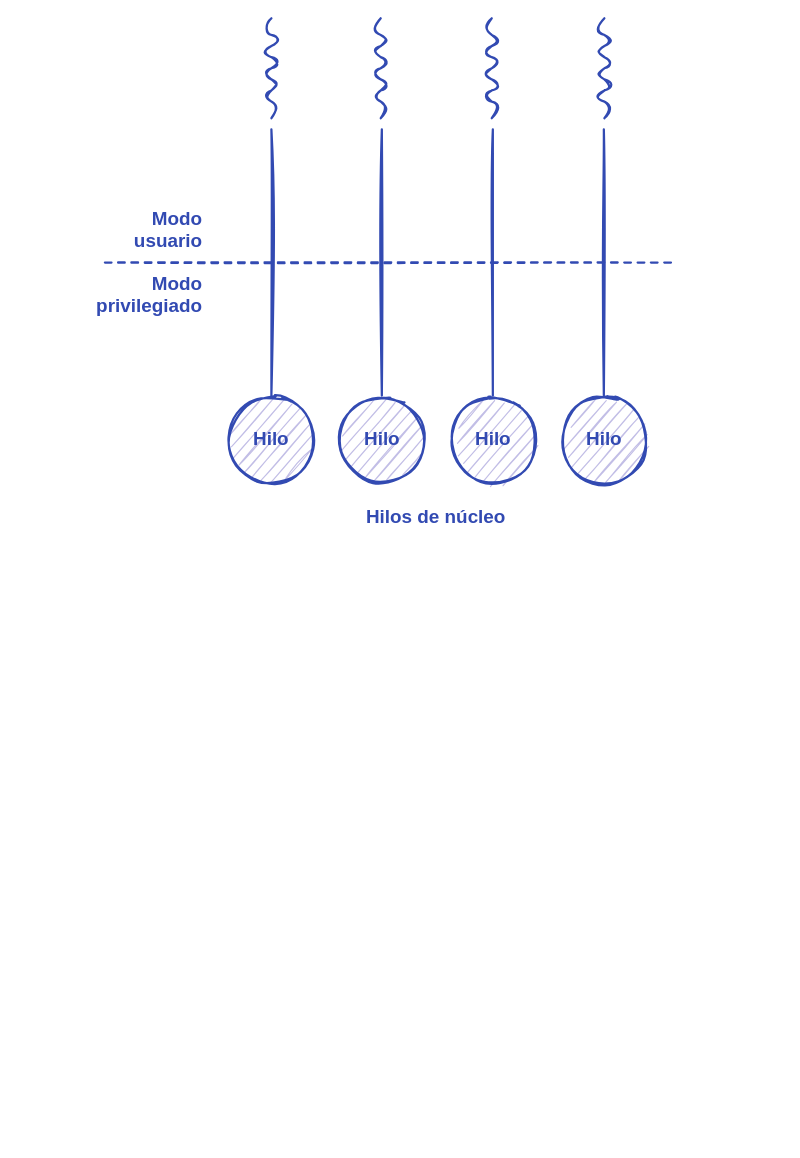
Before: content/media/C12-hilos/modelo_uno_a_uno.drawio in ull-esit-sistemas-operativos/ssoo-apuntes, a draw.io diagram. Source tidied: cells renumbered, new cells numbered last; positions are measured from the earlier drawing's top-left corner, leaving out a move shared by most shapes. Both pictures are drawn from the tidied source at 111%, with x=0, y=0 at pixel (93, 18).
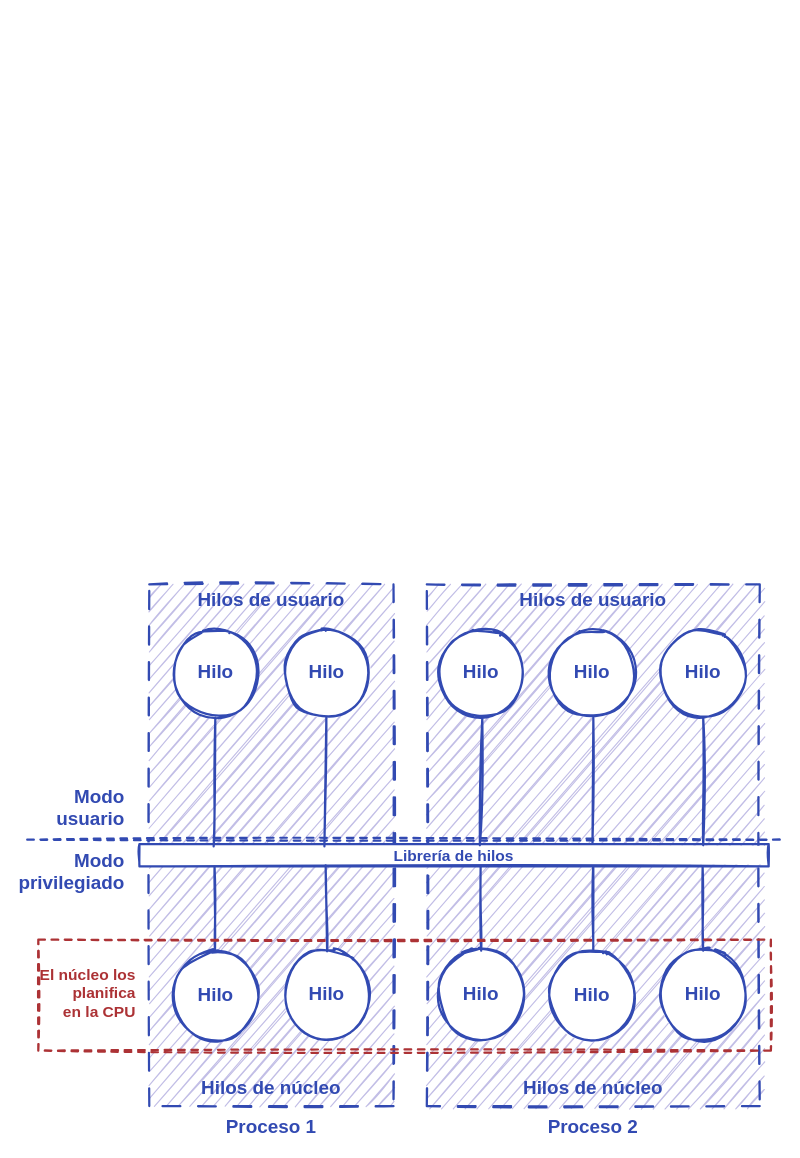
Above is the later version.

The edit, as a diff of the source:
```diff
@@
+    <mxCell id="18" style="rounded=0;shadow=0;sketch=1;strokeWidth=2;fillColor=#c2bee6;fontFamily=Ink Free;fontSize=17;spacing=20;strokeColor=#324ab2;fontColor=#324ab2;fontStyle=1;labelBackgroundColor=none;dashed=1;dashPattern=8 8;spacingBottom=5;" parent="1" vertex="1">
+      <mxGeometry x="50" y="510" width="220" height="470" as="geometry" />
+    </mxCell>
+    <mxCell id="19" style="rounded=0;shadow=0;sketch=1;strokeWidth=2;fillColor=#c2bee6;fontFamily=Ink Free;fontSize=17;spacing=20;strokeColor=#324ab2;fontColor=#324ab2;fontStyle=1;labelBackgroundColor=none;spacingBottom=5;dashed=1;dashPattern=8 8;" parent="1" vertex="1">
+      <mxGeometry x="300" y="510" width="300" height="470" as="geometry" />
+    </mxCell>
+    <mxCell id="20" value="Hilo" style="ellipse;rounded=0;shadow=0;fontFamily=Ink Free;fontSize=17;strokeWidth=2;spacing=20;sketch=1;align=center;strokeColor=#324ab2;fontColor=#324ab2;fillColor=default;fontStyle=1;spacingBottom=5;" parent="1" vertex="1">
+      <mxGeometry x="70" y="840.5" width="80" height="80" as="geometry" />
+    </mxCell>
+    <mxCell id="21" value="Hilo" style="ellipse;rounded=0;shadow=0;fontFamily=Ink Free;fontSize=17;strokeWidth=2;spacing=20;sketch=1;align=center;strokeColor=#324ab2;fontColor=#324ab2;fillColor=default;fontStyle=1;spacingBottom=5;" parent="1" vertex="1">
+      <mxGeometry x="170" y="839.5" width="80" height="80" as="geometry" />
+    </mxCell>
+    <mxCell id="22" value="Hilo" style="ellipse;rounded=0;shadow=0;fontFamily=Ink Free;fontSize=17;strokeWidth=2;spacing=20;sketch=1;align=center;strokeColor=#324ab2;fontColor=#324ab2;fillColor=#FFFFFF;fontStyle=1;spacingBottom=5;fillStyle=auto;" parent="1" vertex="1">
+      <mxGeometry x="409" y="840.5" width="80" height="80" as="geometry" />
+    </mxCell>
     <mxCell id="2" value="Modo&#10;usuario" style="text;strokeColor=none;fillColor=none;align=right;verticalAlign=middle;rounded=0;shadow=0;sketch=1;fontFamily=Ink Free;fontSize=17;fontStyle=1;fontColor=#324ab2;spacingBottom=5;" parent="1" vertex="1">
-      <mxGeometry x="30" y="174" width="70" height="35" as="geometry" />
+      <mxGeometry x="-40" y="695" width="70" height="35" as="geometry" />
     </mxCell>
     <mxCell id="3" value="Modo&#10;privilegiado" style="text;strokeColor=none;fillColor=none;align=right;verticalAlign=middle;rounded=0;shadow=0;sketch=1;fontFamily=Ink Free;fontSize=17;fontStyle=1;fontColor=#324ab2;spacingBottom=5;" parent="1" vertex="1">
-      <mxGeometry y="230" width="100" height="40" as="geometry" />
+      <mxGeometry x="-60" y="750" width="90" height="40" as="geometry" />
     </mxCell>
-    <mxCell id="4" value="Hilo" style="ellipse;rounded=0;shadow=0;fontFamily=Ink Free;fontSize=17;strokeWidth=2;spacing=20;sketch=1;align=center;strokeColor=#324ab2;fontColor=#324ab2;fillColor=#c2bee6;spacingBottom=5;fontStyle=1;" parent="1" vertex="1">
-      <mxGeometry x="220" y="340" width="80" height="80" as="geometry" />
-    </mxCell>
-    <mxCell id="5" style="endArrow=none;strokeWidth=2;rounded=0;shadow=0;fontFamily=Ink Free;fontSize=17;spacing=20;sketch=1;dashed=1;strokeColor=#324ab2;fontColor=#324ab2;spacingBottom=5;fontStyle=1;" parent="1" edge="1">
-      <mxGeometry relative="1" as="geometry">
-        <mxPoint x="10" y="220" as="sourcePoint" />
-        <mxPoint x="520" y="220" as="targetPoint" />
-      </mxGeometry>
-    </mxCell>
-    <mxCell id="6" value="Hilo" style="ellipse;rounded=0;shadow=0;fontFamily=Ink Free;fontSize=17;strokeWidth=2;spacing=20;sketch=1;align=center;strokeColor=#324ab2;fontColor=#324ab2;fillColor=#c2bee6;spacingBottom=5;fontStyle=1;" parent="1" vertex="1">
-      <mxGeometry x="320" y="340" width="80" height="80" as="geometry" />
-    </mxCell>
-    <mxCell id="7" value="Hilo" style="ellipse;rounded=0;shadow=0;fontFamily=Ink Free;fontSize=17;strokeWidth=2;spacing=20;sketch=1;align=center;strokeColor=#324ab2;fontColor=#324ab2;fillColor=#c2bee6;spacingBottom=5;fontStyle=1;" parent="1" vertex="1">
-      <mxGeometry x="120" y="340" width="80" height="80" as="geometry" />
-    </mxCell>
-    <mxCell id="8" value="Hilo" style="ellipse;rounded=0;shadow=0;fontFamily=Ink Free;fontSize=17;strokeWidth=2;spacing=20;sketch=1;align=center;strokeColor=#324ab2;fontColor=#324ab2;fillColor=#c2bee6;spacingBottom=5;fontStyle=1;" parent="1" vertex="1">
-      <mxGeometry x="420" y="340" width="80" height="80" as="geometry" />
-    </mxCell>
-    <mxCell id="9" value="Hilos de núcleo" style="text;fillColor=none;align=center;verticalAlign=middle;rounded=0;shadow=0;fontFamily=Ink Free;fontSize=17;strokeWidth=2;spacing=20;sketch=1;fontStyle=1;fontColor=#324ab2;spacingBottom=5;" parent="1" vertex="1">
-      <mxGeometry x="228.5" y="440" width="160" height="20" as="geometry" />
-    </mxCell>
-    <mxCell id="10" style="rounded=0;jettySize=auto;exitX=0.5;exitY=1;exitDx=0;exitDy=0;strokeWidth=2;shadow=0;fontFamily=Ink Free;fontSize=17;spacing=20;endArrow=none;sketch=1;entryX=0.5;entryY=0;entryDx=0;entryDy=0;strokeColor=#324ab2;fontColor=#324ab2;spacingBottom=5;fontStyle=1;" parent="1" edge="1" target="7">
-      <mxGeometry relative="1" as="geometry">
-        <mxPoint x="160" y="100" as="sourcePoint" />
-      </mxGeometry>
-    </mxCell>
-    <mxCell id="11" style="rounded=0;orthogonalLoop=1;jettySize=auto;exitX=0.5;exitY=1;exitDx=0;exitDy=0;strokeWidth=2;shadow=0;fontFamily=Ink Free;fontSize=17;spacing=20;endArrow=none;sketch=1;entryX=0.5;entryY=0;entryDx=0;entryDy=0;strokeColor=#324ab2;fontColor=#324ab2;spacingBottom=5;fontStyle=1;" parent="1" edge="1">
-      <mxGeometry relative="1" as="geometry">
-        <mxPoint x="259.5" y="100" as="sourcePoint" />
-        <mxPoint x="259.5" y="340" as="targetPoint" />
-      </mxGeometry>
-    </mxCell>
-    <mxCell id="12" style="rounded=0;orthogonalLoop=1;jettySize=auto;exitX=0.5;exitY=1;exitDx=0;exitDy=0;strokeWidth=2;shadow=0;fontFamily=Ink Free;fontSize=17;spacing=20;endArrow=none;sketch=1;entryX=0.5;entryY=0;entryDx=0;entryDy=0;strokeColor=#324ab2;fontColor=#324ab2;spacingBottom=5;fontStyle=1;" parent="1" edge="1">
-      <mxGeometry relative="1" as="geometry">
-        <mxPoint x="359.5" y="100" as="sourcePoint" />
-        <mxPoint x="359.5" y="340" as="targetPoint" />
-      </mxGeometry>
-    </mxCell>
-    <mxCell id="13" style="rounded=0;orthogonalLoop=1;jettySize=auto;exitX=0.5;exitY=1;exitDx=0;exitDy=0;strokeWidth=2;shadow=0;fontFamily=Ink Free;fontSize=17;spacing=20;endArrow=none;sketch=1;entryX=0.5;entryY=0;entryDx=0;entryDy=0;strokeColor=#324ab2;fontColor=#324ab2;spacingBottom=5;fontStyle=1;" parent="1" edge="1">
-      <mxGeometry relative="1" as="geometry">
-        <mxPoint x="459.5" y="100" as="sourcePoint" />
-        <mxPoint x="459.5" y="340" as="targetPoint" />
-      </mxGeometry>
-    </mxCell>
-    <mxCell id="14" style="endArrow=none;strokeWidth=2;shadow=0;fontFamily=Ink Free;fontSize=17;spacing=20;sketch=1;curved=1;strokeColor=#324ab2;fontColor=#324ab2;spacingBottom=5;fontStyle=1;" parent="1" edge="1">
-      <mxGeometry relative="1" as="geometry">
-        <mxPoint x="160" y="90" as="sourcePoint" />
-        <mxPoint x="160" as="targetPoint" />
-        <Array as="points">
-          <mxPoint x="170" y="80" />
-          <mxPoint x="150" y="70" />
-          <mxPoint x="170" y="60" />
-          <mxPoint x="150" y="50" />
-          <mxPoint x="170" y="40" />
-          <mxPoint x="150" y="30" />
-          <mxPoint x="170" y="20" />
-          <mxPoint x="150" y="10" />
-        </Array>
-      </mxGeometry>
-    </mxCell>
-    <mxCell id="15" style="endArrow=none;strokeWidth=2;shadow=0;fontFamily=Ink Free;fontSize=17;spacing=20;sketch=1;curved=1;strokeColor=#324ab2;fontColor=#324ab2;spacingBottom=5;fontStyle=1;" parent="1" edge="1">
-      <mxGeometry relative="1" as="geometry">
-        <mxPoint x="258.5" y="90" as="sourcePoint" />
-        <mxPoint x="258.5" as="targetPoint" />
-        <Array as="points">
-          <mxPoint x="268.5" y="80" />
-          <mxPoint x="248.5" y="70" />
-          <mxPoint x="268.5" y="60" />
-          <mxPoint x="248.5" y="50" />
-          <mxPoint x="268.5" y="40" />
-          <mxPoint x="248.5" y="30" />
-          <mxPoint x="268.5" y="20" />
-          <mxPoint x="248.5" y="10" />
-        </Array>
-      </mxGeometry>
-    </mxCell>
-    <mxCell id="16" style="endArrow=none;strokeWidth=2;shadow=0;fontFamily=Ink Free;fontSize=17;spacing=20;sketch=1;curved=1;strokeColor=#324ab2;fontColor=#324ab2;spacingBottom=5;fontStyle=1;" parent="1" edge="1">
-      <mxGeometry relative="1" as="geometry">
-        <mxPoint x="358.5" y="90" as="sourcePoint" />
-        <mxPoint x="358.5" as="targetPoint" />
-        <Array as="points">
-          <mxPoint x="368.5" y="80" />
-          <mxPoint x="348.5" y="70" />
-          <mxPoint x="368.5" y="60" />
-          <mxPoint x="348.5" y="50" />
-          <mxPoint x="368.5" y="40" />
-          <mxPoint x="348.5" y="30" />
-          <mxPoint x="368.5" y="20" />
-          <mxPoint x="348.5" y="10" />
-        </Array>
-      </mxGeometry>
-    </mxCell>
-    <mxCell id="17" style="endArrow=none;strokeWidth=2;shadow=0;fontFamily=Ink Free;fontSize=17;spacing=20;sketch=1;curved=1;strokeColor=#324ab2;fontColor=#324ab2;spacingBottom=5;fontStyle=1;" parent="1" edge="1">
-      <mxGeometry relative="1" as="geometry">
-        <mxPoint x="460" y="90" as="sourcePoint" />
-        <mxPoint x="460" as="targetPoint" />
-        <Array as="points">
-          <mxPoint x="470" y="80" />
-          <mxPoint x="450" y="70" />
-          <mxPoint x="470" y="60" />
-          <mxPoint x="450" y="50" />
-          <mxPoint x="470" y="40" />
-          <mxPoint x="450" y="30" />
-          <mxPoint x="470" y="20" />
-          <mxPoint x="450" y="10" />
-        </Array>
-      </mxGeometry>
-    </mxCell>
+    <mxCell id="23" value="Hilos de usuario" style="text;fillColor=none;align=center;verticalAlign=middle;rounded=0;shadow=0;fontFamily=Ink Free;fontSize=17;strokeWidth=2;spacing=20;sketch=1;fontStyle=1;fontColor=#324ab2;spacingBottom=5;" parent="1" vertex="1">
+      <mxGeometry x="300" y="510" width="300" height="30" as="geometry" />
+    </mxCell>
+    <mxCell id="24" value="Hilos de usuario" style="text;fillColor=none;align=center;verticalAlign=middle;rounded=0;shadow=0;fontFamily=Ink Free;fontSize=17;strokeWidth=2;spacing=20;sketch=1;fontStyle=1;fontColor=#324ab2;spacingBottom=5;" parent="1" vertex="1">
+      <mxGeometry x="50" y="510" width="220" height="30" as="geometry" />
+    </mxCell>
+    <mxCell id="25" value="Hilos de núcleo" style="text;fillColor=none;align=center;verticalAlign=middle;rounded=0;shadow=0;fontFamily=Ink Free;fontSize=17;strokeWidth=2;spacing=20;sketch=1;fontStyle=1;fontColor=#324ab2;spacingBottom=5;" parent="1" vertex="1">
+      <mxGeometry x="300" y="950" width="300" height="30" as="geometry" />
+    </mxCell>
+    <mxCell id="26" value="Hilos de núcleo" style="text;fillColor=none;align=center;verticalAlign=middle;rounded=0;shadow=0;fontFamily=Ink Free;fontSize=17;strokeWidth=2;spacing=20;sketch=1;fontStyle=1;fontColor=#324ab2;spacingBottom=5;" parent="1" vertex="1">
+      <mxGeometry x="50" y="950" width="220" height="30" as="geometry" />
+    </mxCell>
+    <mxCell id="27" value="Proceso 1" style="text;fillColor=none;align=center;verticalAlign=middle;rounded=0;shadow=0;fontFamily=Ink Free;fontSize=17;strokeWidth=2;spacing=20;sketch=1;fontStyle=1;fontColor=#324ab2;spacingBottom=5;" parent="1" vertex="1">
+      <mxGeometry x="60" y="990" width="200" height="20" as="geometry" />
+    </mxCell>
+    <mxCell id="28" value="Proceso 2" style="text;fillColor=none;align=center;verticalAlign=middle;rounded=0;shadow=0;fontFamily=Ink Free;fontSize=17;strokeWidth=2;spacing=20;sketch=1;fontStyle=1;fontColor=#324ab2;spacingBottom=5;" parent="1" vertex="1">
+      <mxGeometry x="300" y="990" width="300" height="20" as="geometry" />
+    </mxCell>
+    <mxCell id="29" value="Hilo" style="ellipse;rounded=0;shadow=0;fontFamily=Ink Free;fontSize=17;strokeWidth=2;fillColor=default;spacing=20;sketch=1;align=center;strokeColor=#324ab2;fontColor=#324ab2;fontStyle=1;spacingBottom=5;" parent="1" vertex="1">
+      <mxGeometry x="309" y="550" width="80" height="80" as="geometry" />
+    </mxCell>
+    <mxCell id="30" value="Hilo" style="ellipse;rounded=0;shadow=0;fontFamily=Ink Free;fontSize=17;strokeWidth=2;fillColor=default;spacing=20;sketch=1;align=center;points=[[-0.924,-0.382]];strokeColor=#324ab2;fontColor=#324ab2;fontStyle=1;spacingBottom=5;" parent="1" vertex="1">
+      <mxGeometry x="409" y="550" width="80" height="80" as="geometry" />
+    </mxCell>
+    <mxCell id="31" value="Hilo" style="ellipse;rounded=0;shadow=0;fontFamily=Ink Free;fontSize=17;strokeWidth=2;fillColor=default;spacing=20;sketch=1;align=center;strokeColor=#324ab2;fontColor=#324ab2;fontStyle=1;spacingBottom=5;" parent="1" vertex="1">
+      <mxGeometry x="509" y="550" width="80" height="80" as="geometry" />
+    </mxCell>
+    <mxCell id="32" value="Hilo" style="ellipse;rounded=0;shadow=0;fontFamily=Ink Free;fontSize=17;strokeWidth=2;fillColor=default;spacing=20;sketch=1;align=center;strokeColor=#324ab2;fontColor=#324ab2;fontStyle=1;spacingBottom=5;" parent="1" vertex="1">
+      <mxGeometry x="70" y="550" width="80" height="80" as="geometry" />
+    </mxCell>
+    <mxCell id="33" value="Hilo" style="ellipse;rounded=0;shadow=0;fontFamily=Ink Free;fontSize=17;strokeWidth=2;fillColor=default;spacing=20;sketch=1;align=center;strokeColor=#324ab2;fontColor=#324ab2;fontStyle=1;spacingBottom=5;" parent="1" vertex="1">
+      <mxGeometry x="170" y="550" width="80" height="80" as="geometry" />
+    </mxCell>
+    <mxCell id="34" style="endArrow=none;strokeWidth=2;rounded=0;shadow=0;fontFamily=Ink Free;fontSize=17;spacing=20;sketch=1;dashed=1;strokeColor=#324ab2;fontColor=#324ab2;fontStyle=1;spacingBottom=5;" parent="1" edge="1">
+      <mxGeometry relative="1" as="geometry">
+        <mxPoint x="-60" y="740" as="sourcePoint" />
+        <mxPoint x="620" y="740" as="targetPoint" />
+      </mxGeometry>
+    </mxCell>
+    <mxCell id="35" style="rounded=0;orthogonalLoop=1;jettySize=auto;strokeWidth=2;shadow=0;fontFamily=Ink Free;fontSize=17;spacing=20;endArrow=none;sketch=1;strokeColor=#324ab2;fontColor=#324ab2;fontStyle=1;spacingBottom=5;" parent="1" edge="1">
+      <mxGeometry relative="1" as="geometry">
+        <mxPoint x="450" y="840" as="sourcePoint" />
+        <mxPoint x="450" y="760" as="targetPoint" />
+      </mxGeometry>
+    </mxCell>
+    <mxCell id="36" value="El núcleo los&#10;planifica&#10;en la CPU" style="text;strokeColor=none;fillColor=none;align=right;verticalAlign=middle;rounded=0;shadow=0;sketch=1;fontFamily=Ink Free;fontSize=14;fontStyle=1;fontColor=#AC3235;spacingBottom=5;" parent="1" vertex="1">
+      <mxGeometry x="-40" y="845" width="80" height="70" as="geometry" />
+    </mxCell>
+    <mxCell id="37" value="Librería de hilos" style="rounded=0;shadow=0;sketch=1;strokeWidth=2;fillColor=default;fontFamily=Ink Free;fontSize=14;spacing=20;strokeColor=#324AB2;fontColor=#324AB2;fontStyle=1;labelBackgroundColor=none;" parent="1" vertex="1">
+      <mxGeometry x="41.1" y="744" width="566.9" height="20" as="geometry" />
+    </mxCell>
+    <mxCell id="38" value="Hilo" style="ellipse;rounded=0;shadow=0;fontFamily=Ink Free;fontSize=17;strokeWidth=2;fillColor=default;spacing=20;sketch=1;align=center;strokeColor=#324ab2;fontColor=#324ab2;fontStyle=1;spacingBottom=5;" parent="1" vertex="1">
+      <mxGeometry x="309" y="839.5" width="80" height="80" as="geometry" />
+    </mxCell>
+    <mxCell id="39" value="Hilo" style="ellipse;rounded=0;shadow=0;fontFamily=Ink Free;fontSize=17;strokeWidth=2;fillColor=default;spacing=20;sketch=1;align=center;strokeColor=#324ab2;fontColor=#324ab2;fontStyle=1;spacingBottom=5;" parent="1" vertex="1">
+      <mxGeometry x="509" y="839.5" width="80" height="80" as="geometry" />
+    </mxCell>
+    <mxCell id="40" style="rounded=0;orthogonalLoop=1;jettySize=auto;strokeWidth=2;shadow=0;fontFamily=Ink Free;fontSize=17;spacing=20;endArrow=none;sketch=1;strokeColor=#324ab2;fontColor=#324ab2;fontStyle=1;spacingBottom=5;" parent="1" edge="1">
+      <mxGeometry relative="1" as="geometry">
+        <mxPoint x="549" y="840" as="sourcePoint" />
+        <mxPoint x="548.5" y="764" as="targetPoint" />
+      </mxGeometry>
+    </mxCell>
+    <mxCell id="41" style="rounded=0;orthogonalLoop=1;jettySize=auto;strokeWidth=2;shadow=0;fontFamily=Ink Free;fontSize=17;spacing=20;endArrow=none;sketch=1;strokeColor=#324ab2;fontColor=#324ab2;fontStyle=1;spacingBottom=5;" parent="1" edge="1">
+      <mxGeometry relative="1" as="geometry">
+        <mxPoint x="349" y="840" as="sourcePoint" />
+        <mxPoint x="348.5" y="764" as="targetPoint" />
+      </mxGeometry>
+    </mxCell>
+    <mxCell id="42" style="rounded=0;jettySize=auto;strokeWidth=2;shadow=0;fontFamily=Ink Free;fontSize=17;spacing=20;endArrow=none;sketch=1;strokeColor=#324ab2;fontColor=#324ab2;fontStyle=1;spacingBottom=5;exitX=0.541;exitY=0.05;exitDx=0;exitDy=0;exitPerimeter=0;" parent="1" edge="1" source="37">
+      <mxGeometry relative="1" as="geometry">
+        <mxPoint x="350" y="630" as="targetPoint" />
+      </mxGeometry>
+    </mxCell>
+    <mxCell id="43" style="rounded=0;jettySize=auto;strokeWidth=2;shadow=0;fontFamily=Ink Free;fontSize=17;spacing=20;endArrow=none;sketch=1;strokeColor=#324ab2;fontColor=#324ab2;fontStyle=1;spacingBottom=5;entryX=0.513;entryY=1;entryDx=0;entryDy=0;entryPerimeter=0;exitX=0.72;exitY=-0.05;exitDx=0;exitDy=0;exitPerimeter=0;" parent="1" edge="1" source="37" target="30">
+      <mxGeometry relative="1" as="geometry" />
+    </mxCell>
+    <mxCell id="44" style="rounded=0;jettySize=auto;strokeWidth=2;shadow=0;fontFamily=Ink Free;fontSize=17;spacing=20;endArrow=none;sketch=1;strokeColor=#324ab2;fontColor=#324ab2;fontStyle=1;spacingBottom=5;entryX=0.5;entryY=1;entryDx=0;entryDy=0;exitX=0.896;exitY=0.05;exitDx=0;exitDy=0;exitPerimeter=0;" parent="1" edge="1" source="37" target="31">
+      <mxGeometry relative="1" as="geometry" />
+    </mxCell>
+    <mxCell id="45" style="rounded=0;jettySize=auto;strokeWidth=2;shadow=0;fontFamily=Ink Free;fontSize=17;spacing=20;endArrow=none;sketch=1;strokeColor=#324ab2;fontColor=#324ab2;fontStyle=1;spacingBottom=5;exitX=0.118;exitY=0.1;exitDx=0;exitDy=0;exitPerimeter=0;" parent="1" edge="1" source="37">
+      <mxGeometry relative="1" as="geometry">
+        <mxPoint x="109.5" y="630" as="targetPoint" />
+      </mxGeometry>
+    </mxCell>
+    <mxCell id="46" style="rounded=0;jettySize=auto;strokeWidth=2;shadow=0;fontFamily=Ink Free;fontSize=17;spacing=20;endArrow=none;sketch=1;strokeColor=#324ab2;fontColor=#324ab2;fontStyle=1;spacingBottom=5;entryX=0.513;entryY=1;entryDx=0;entryDy=0;entryPerimeter=0;exitX=0.294;exitY=0.1;exitDx=0;exitDy=0;exitPerimeter=0;" parent="1" edge="1" source="37">
+      <mxGeometry relative="1" as="geometry">
+        <mxPoint x="209.5" y="630" as="targetPoint" />
+      </mxGeometry>
+    </mxCell>
+    <mxCell id="47" style="rounded=0;orthogonalLoop=1;jettySize=auto;strokeWidth=2;shadow=0;fontFamily=Ink Free;fontSize=17;spacing=20;endArrow=none;sketch=1;strokeColor=#324ab2;fontColor=#324AB2;fontStyle=1;spacingBottom=5;" parent="1" edge="1">
+      <mxGeometry relative="1" as="geometry">
+        <mxPoint x="109.2" y="840.5" as="sourcePoint" />
+        <mxPoint x="108.8" y="764.5" as="targetPoint" />
+      </mxGeometry>
+    </mxCell>
+    <mxCell id="48" style="rounded=0;jettySize=auto;strokeWidth=2;shadow=0;fontFamily=Ink Free;fontSize=17;spacing=20;endArrow=none;sketch=1;strokeColor=#324ab2;fontColor=#324ab2;fontStyle=1;spacingBottom=5;entryX=0.296;entryY=0.95;entryDx=0;entryDy=0;entryPerimeter=0;" parent="1" edge="1" target="37">
+      <mxGeometry relative="1" as="geometry">
+        <mxPoint x="210.2" y="840.5" as="sourcePoint" />
+      </mxGeometry>
+    </mxCell>
+    <mxCell id="49" style="rounded=0;shadow=0;sketch=1;strokeWidth=2;fillColor=none;fontFamily=Ink Free;fontSize=17;spacing=20;strokeColor=#AC3235;fontColor=#AC3235;fontStyle=1;labelBackgroundColor=none;dashed=1;spacingBottom=5;" parent="1" vertex="1">
+      <mxGeometry x="-50" y="830" width="660" height="100" as="geometry" />
+    </mxCell>
```
